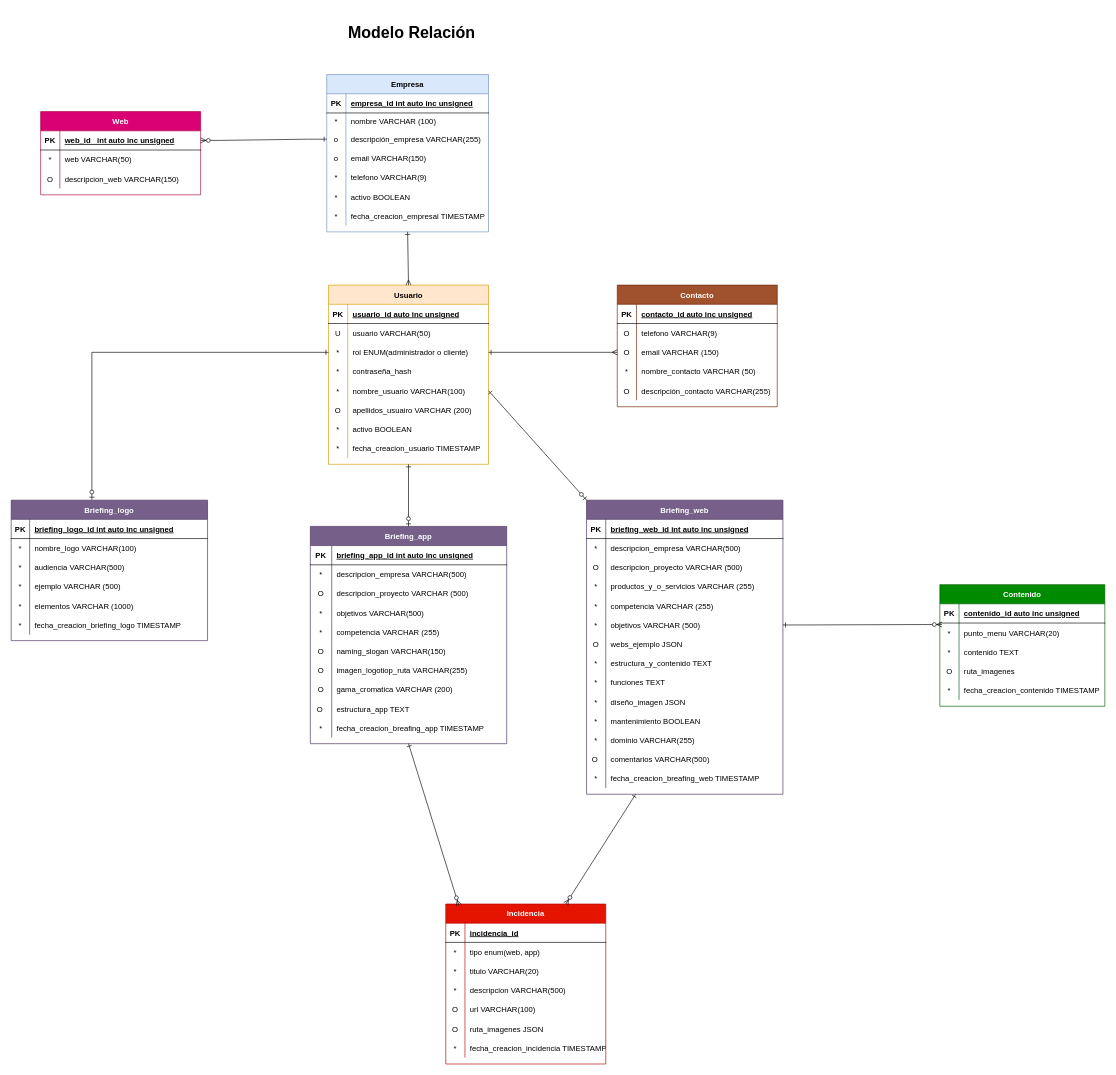
cnievaslozano/crm-myproject keeps this draw.io diagram as traduccion-relaciones.drawio. Above is the earlier version. Source tidied: cells renumbered, new cells numbered last; positions are measured from the earlier drawing's top-left corner, leaving out a move shared by most shapes. Both pictures are drawn from the tidied source at 64%, with x=0, y=0 at pixel (11, 22).
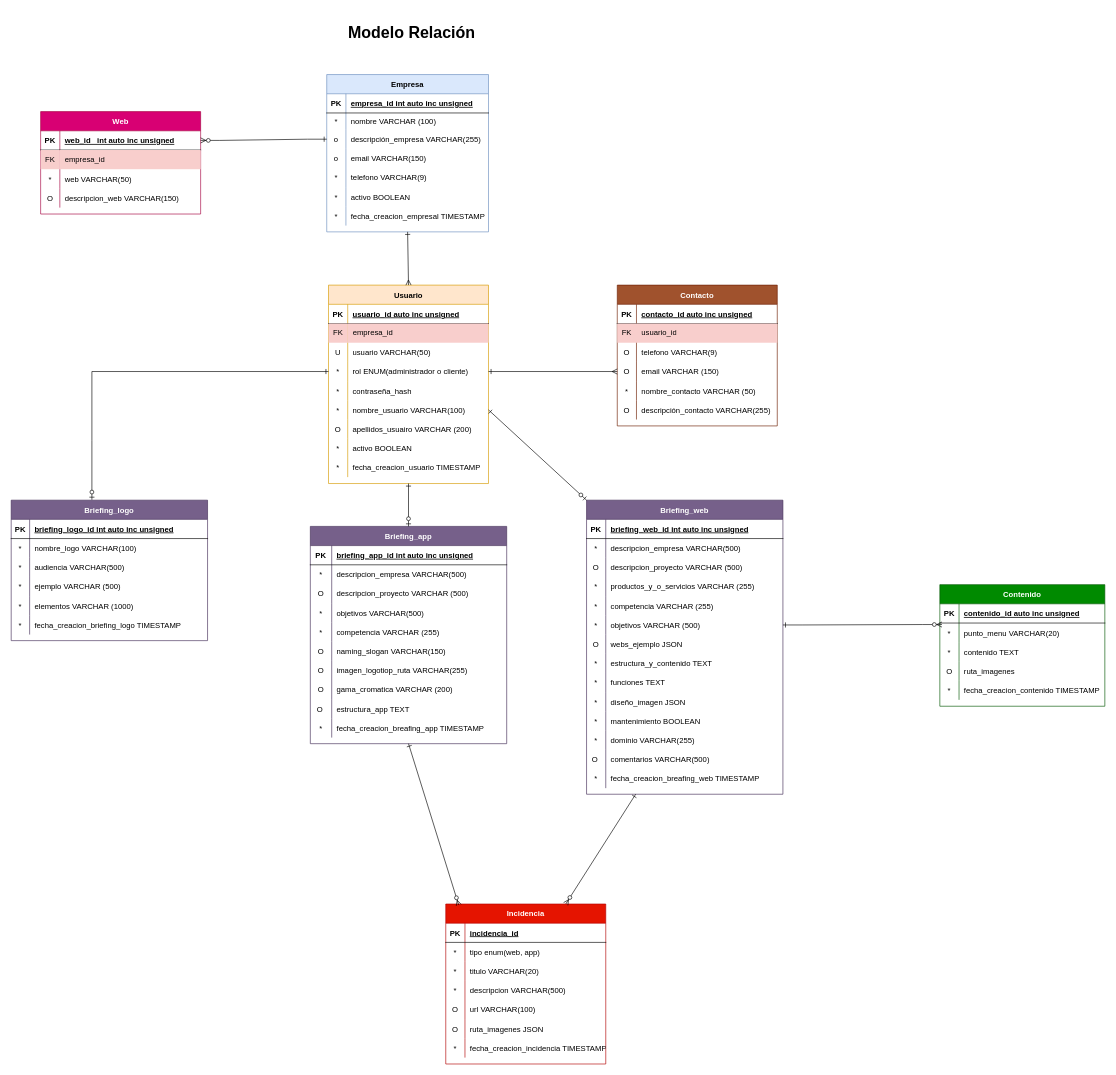
The same diagram, later.

Diff of the diagram source:
```diff
@@
     <mxCell id="2" value="Usuario" style="shape=table;startSize=30;childLayout=tableLayout;rowLines=0;fontStyle=1;align=center;fillColor=#ffe6cc;strokeColor=#d79b00;" parent="1" vertex="1">
-      <mxGeometry x="495.8" y="411" width="250" height="280" as="geometry" />
+      <mxGeometry x="495.8" y="411" width="250" height="310" as="geometry" />
     </mxCell>
@@
+    <mxCell id="216" style="shape=tableRow;horizontal=0;startSize=0;swimlaneHead=0;swimlaneBody=0;fillColor=none;top=0;left=0;right=0;bottom=0;" parent="2" vertex="1">
+      <mxGeometry y="60" width="250" height="30" as="geometry" />
+    </mxCell>
+    <mxCell id="217" value="FK" style="shape=partialRectangle;fillColor=#f8cecc;top=0;left=0;bottom=0;right=0;fontStyle=0;overflow=hidden;whiteSpace=wrap;html=1;strokeColor=#b85450;" parent="216" vertex="1">
+      <mxGeometry width="30" height="30" as="geometry" />
+    </mxCell>
+    <mxCell id="218" value="empresa_id" style="shape=partialRectangle;fillColor=#f8cecc;top=0;left=0;bottom=0;right=0;align=left;spacingLeft=6;fontStyle=0;overflow=hidden;whiteSpace=wrap;html=1;strokeColor=#b85450;" parent="216" vertex="1">
+      <mxGeometry x="30" width="220" height="30" as="geometry" />
+    </mxCell>
     <mxCell id="6" style="shape=partialRectangle;fillColor=none;top=0;left=0;right=0;bottom=0;" parent="2" vertex="1">
-      <mxGeometry y="60" width="250" height="30" as="geometry" />
+      <mxGeometry y="90" width="250" height="30" as="geometry" />
     </mxCell>
@@
     <mxCell id="9" style="shape=tableRow;horizontal=0;startSize=0;swimlaneHead=0;swimlaneBody=0;fillColor=none;points=[[0,0.5],[1,0.5]];portConstraint=eastwest;top=0;left=0;right=0;bottom=0;" parent="2" vertex="1">
-      <mxGeometry y="90" width="250" height="30" as="geometry" />
+      <mxGeometry y="120" width="250" height="30" as="geometry" />
     </mxCell>
@@
     <mxCell id="12" style="shape=tableRow;horizontal=0;startSize=0;swimlaneHead=0;swimlaneBody=0;fillColor=none;top=0;left=0;right=0;bottom=0;" parent="2" vertex="1">
-      <mxGeometry y="120" width="250" height="30" as="geometry" />
+      <mxGeometry y="150" width="250" height="30" as="geometry" />
     </mxCell>
@@
     <mxCell id="15" style="shape=tableRow;horizontal=0;startSize=0;swimlaneHead=0;swimlaneBody=0;fillColor=none;points=[[0,0.5],[1,0.5]];portConstraint=eastwest;top=0;left=0;right=0;bottom=0;" parent="2" vertex="1">
-      <mxGeometry y="150" width="250" height="30" as="geometry" />
+      <mxGeometry y="180" width="250" height="30" as="geometry" />
     </mxCell>
@@
     <mxCell id="18" style="shape=partialRectangle;fillColor=none;top=0;left=0;right=0;bottom=0;" parent="2" vertex="1">
-      <mxGeometry y="180" width="250" height="30" as="geometry" />
+      <mxGeometry y="210" width="250" height="30" as="geometry" />
     </mxCell>
@@
     <mxCell id="21" style="shape=tableRow;horizontal=0;startSize=0;swimlaneHead=0;swimlaneBody=0;fillColor=none;top=0;left=0;right=0;bottom=0;" parent="2" vertex="1">
-      <mxGeometry y="210" width="250" height="30" as="geometry" />
+      <mxGeometry y="240" width="250" height="30" as="geometry" />
     </mxCell>
@@
     <mxCell id="24" style="shape=tableRow;horizontal=0;startSize=0;swimlaneHead=0;swimlaneBody=0;fillColor=none;top=0;left=0;right=0;bottom=0;" parent="2" vertex="1">
-      <mxGeometry y="240" width="250" height="30" as="geometry" />
+      <mxGeometry y="270" width="250" height="30" as="geometry" />
     </mxCell>
@@
     <mxCell id="27" value="Contacto" style="shape=table;startSize=30;childLayout=tableLayout;rowLines=0;fontStyle=1;align=center;fillColor=#a0522d;fontColor=#ffffff;strokeColor=#6D1F00;" parent="1" vertex="1">
-      <mxGeometry x="947" y="411" width="250" height="190" as="geometry" />
+      <mxGeometry x="947" y="411" width="250" height="220" as="geometry" />
     </mxCell>
@@
+    <mxCell id="219" style="shape=tableRow;horizontal=0;startSize=0;swimlaneHead=0;swimlaneBody=0;fillColor=#f8cecc;top=0;left=0;right=0;bottom=0;strokeColor=#b85450;" parent="27" vertex="1">
+      <mxGeometry y="60" width="250" height="30" as="geometry" />
+    </mxCell>
+    <mxCell id="220" value="FK" style="shape=partialRectangle;fillColor=none;top=0;left=0;bottom=0;right=0;fontStyle=0;overflow=hidden;whiteSpace=wrap;html=1;" parent="219" vertex="1">
+      <mxGeometry width="30" height="30" as="geometry" />
+    </mxCell>
+    <mxCell id="221" value="usuario_id" style="shape=partialRectangle;fillColor=none;top=0;left=0;bottom=0;right=0;align=left;spacingLeft=6;fontStyle=0;overflow=hidden;whiteSpace=wrap;html=1;" parent="219" vertex="1">
+      <mxGeometry x="30" width="220" height="30" as="geometry" />
+    </mxCell>
     <mxCell id="31" style="shape=partialRectangle;fillColor=none;top=0;left=0;right=0;bottom=0;" parent="27" vertex="1">
-      <mxGeometry y="60" width="250" height="30" as="geometry" />
+      <mxGeometry y="90" width="250" height="30" as="geometry" />
     </mxCell>
@@
     <mxCell id="34" style="shape=partialRectangle;fillColor=none;points=[[0,0.5],[1,0.5]];portConstraint=eastwest;top=0;left=0;right=0;bottom=0;" parent="27" vertex="1">
-      <mxGeometry y="90" width="250" height="30" as="geometry" />
+      <mxGeometry y="120" width="250" height="30" as="geometry" />
     </mxCell>
@@
     <mxCell id="37" style="shape=tableRow;horizontal=0;startSize=0;swimlaneHead=0;swimlaneBody=0;fillColor=none;top=0;left=0;right=0;bottom=0;" parent="27" vertex="1">
-      <mxGeometry y="120" width="250" height="30" as="geometry" />
+      <mxGeometry y="150" width="250" height="30" as="geometry" />
     </mxCell>
@@
     <mxCell id="40" style="shape=tableRow;horizontal=0;startSize=0;swimlaneHead=0;swimlaneBody=0;fillColor=none;top=0;left=0;right=0;bottom=0;" parent="27" vertex="1">
-      <mxGeometry y="150" width="250" height="30" as="geometry" />
+      <mxGeometry y="180" width="250" height="30" as="geometry" />
     </mxCell>
@@
     <mxCell id="147" value="Web" style="shape=table;startSize=30;childLayout=tableLayout;rowLines=0;fontStyle=1;align=center;fillColor=#d80073;strokeColor=#A50040;fontColor=#ffffff;" parent="1" vertex="1">
-      <mxGeometry x="46" y="139.9" width="250" height="130" as="geometry" />
+      <mxGeometry x="46" y="139.9" width="250" height="160" as="geometry" />
     </mxCell>
@@
+    <mxCell id="222" style="shape=tableRow;horizontal=0;startSize=0;swimlaneHead=0;swimlaneBody=0;fillColor=none;top=0;left=0;right=0;bottom=0;" parent="147" vertex="1">
+      <mxGeometry y="60" width="250" height="30" as="geometry" />
+    </mxCell>
+    <mxCell id="223" value="FK" style="shape=partialRectangle;fillColor=#f8cecc;top=0;left=0;bottom=0;right=0;overflow=hidden;strokeColor=#b85450;" parent="222" vertex="1">
+      <mxGeometry width="30" height="30" as="geometry" />
+    </mxCell>
+    <mxCell id="224" value="empresa_id " style="shape=partialRectangle;fillColor=#f8cecc;top=0;left=0;bottom=0;right=0;align=left;spacingLeft=6;overflow=hidden;strokeColor=#b85450;" parent="222" vertex="1">
+      <mxGeometry x="30" width="220" height="30" as="geometry" />
+    </mxCell>
     <mxCell id="151" style="shape=partialRectangle;fillColor=none;top=0;left=0;right=0;bottom=0;" parent="147" vertex="1">
-      <mxGeometry y="60" width="250" height="30" as="geometry" />
+      <mxGeometry y="90" width="250" height="30" as="geometry" />
     </mxCell>
@@
     <mxCell id="154" style="shape=partialRectangle;fillColor=none;top=0;left=0;right=0;bottom=0;" parent="147" vertex="1">
-      <mxGeometry y="90" width="250" height="30" as="geometry" />
+      <mxGeometry y="120" width="250" height="30" as="geometry" />
     </mxCell>
```
